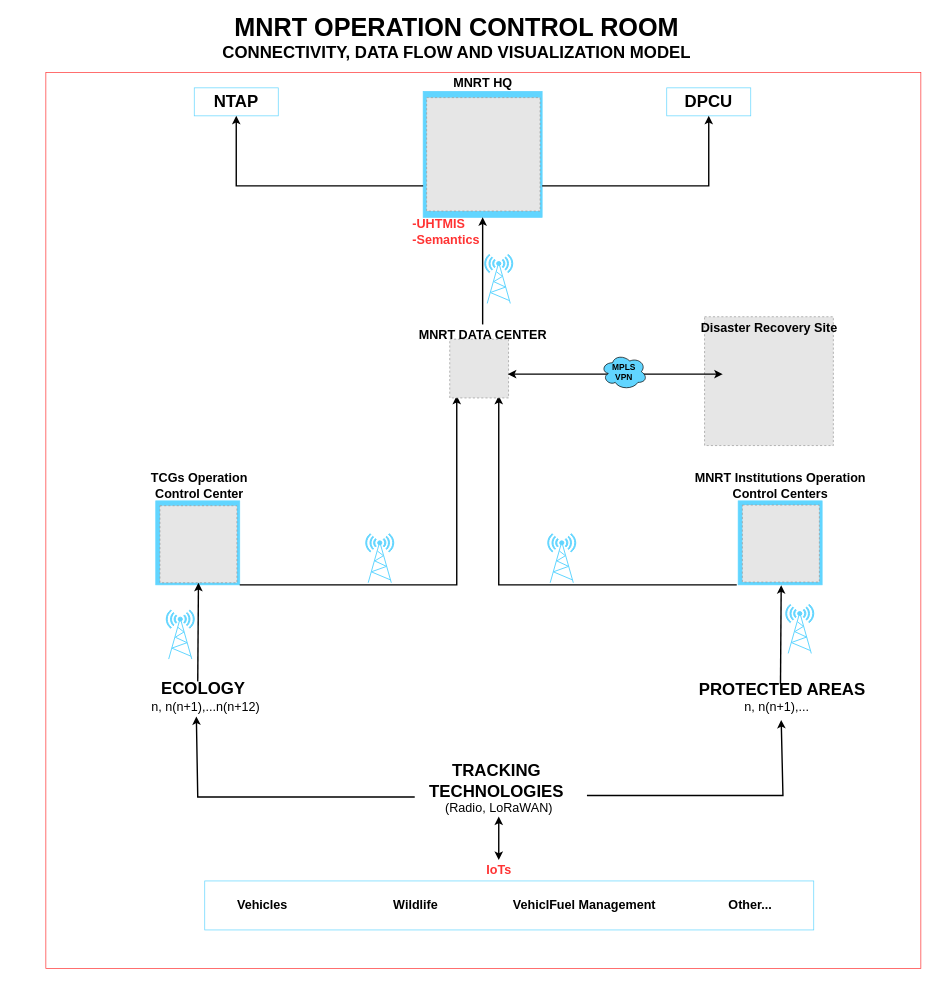
Above: control-room.drawio in MbalamulaS/tech-diagrams (draw.io), before the change. Source tidied: cells renumbered, new cells numbered last; positions are measured from the earlier drawing's top-left corner, leaving out a move shared by most shapes. Both pictures are drawn from the tidied source at 70%, with x=0, y=0 at pixel (12, 16). Pictures stored in the file or linked from it are replaced by grey dashed boxes.
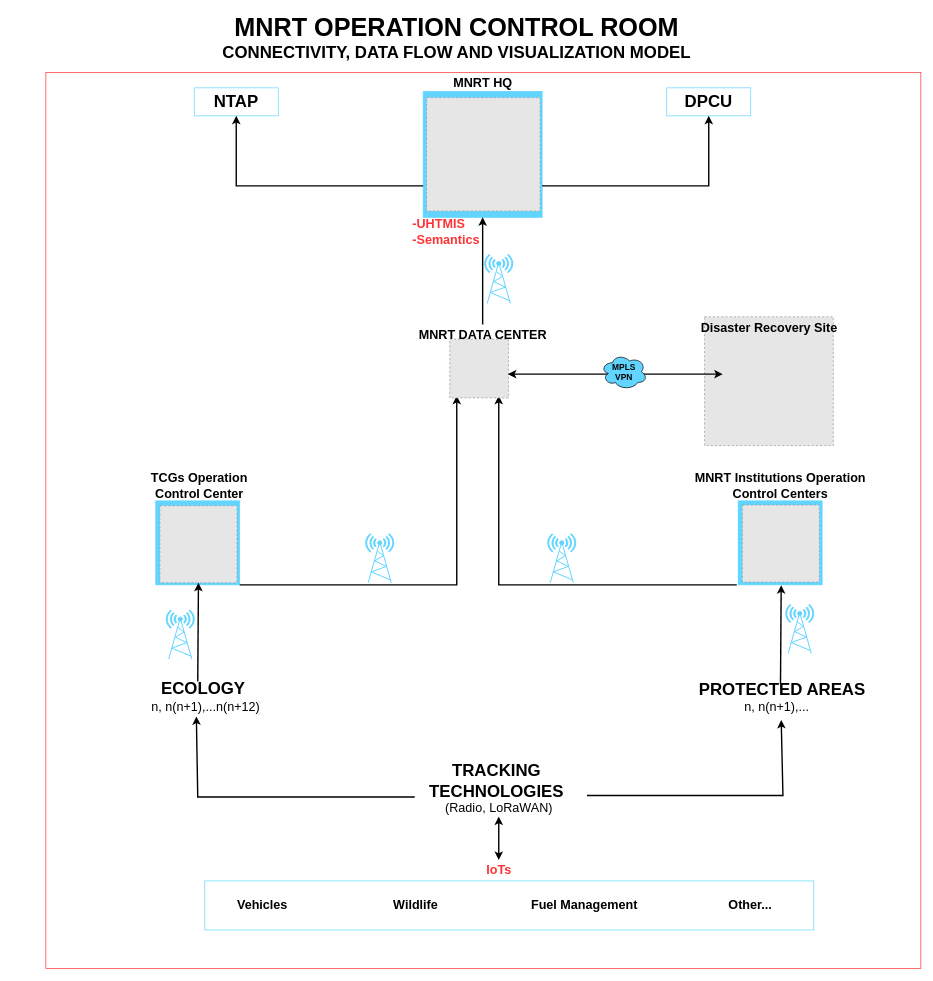
The same page after the edit.

Change to the diagram source:
```diff
@@
-    <mxCell id="40" value="&lt;font style=&quot;font-size: 18px;&quot;&gt;&lt;b&gt;VehiclFuel Management &lt;/b&gt;&lt;/font&gt;" style="text;html=1;align=center;verticalAlign=middle;whiteSpace=wrap;rounded=0;fontFamily=Helvetica;fontSize=12;fontColor=default;" parent="1" vertex="1">
+    <mxCell id="40" value="&lt;font style=&quot;font-size: 18px;&quot;&gt;&lt;b&gt;Fuel Management &lt;/b&gt;&lt;/font&gt;" style="text;html=1;align=center;verticalAlign=middle;whiteSpace=wrap;rounded=0;fontFamily=Helvetica;fontSize=12;fontColor=default;" parent="1" vertex="1">
       <mxGeometry x="713.5" y="1254" width="207" height="30" as="geometry" />
     </mxCell>
```
